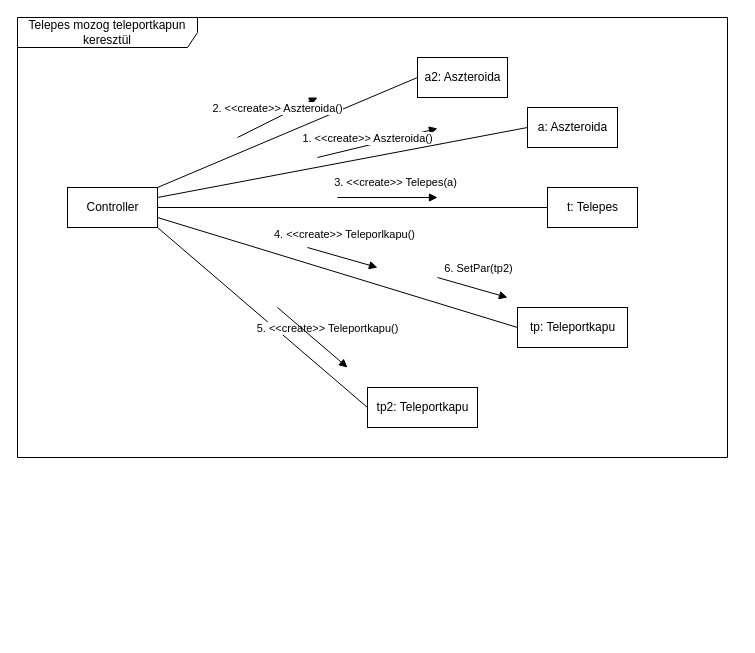
The draw.io diagram page "TelepesTPMozgas" (1 of 3) of doc/kommunikacio/TeleportMozgas.drawio in torpeBoiGo/aszteroidabanyaszat, before the edit. Source tidied: cells renumbered, new cells numbered last; positions are measured from the earlier drawing's top-left corner, leaving out a move shared by most shapes. Both pictures are drawn from the tidied source at 100%, with x=0, y=0 at pixel (17, 17).
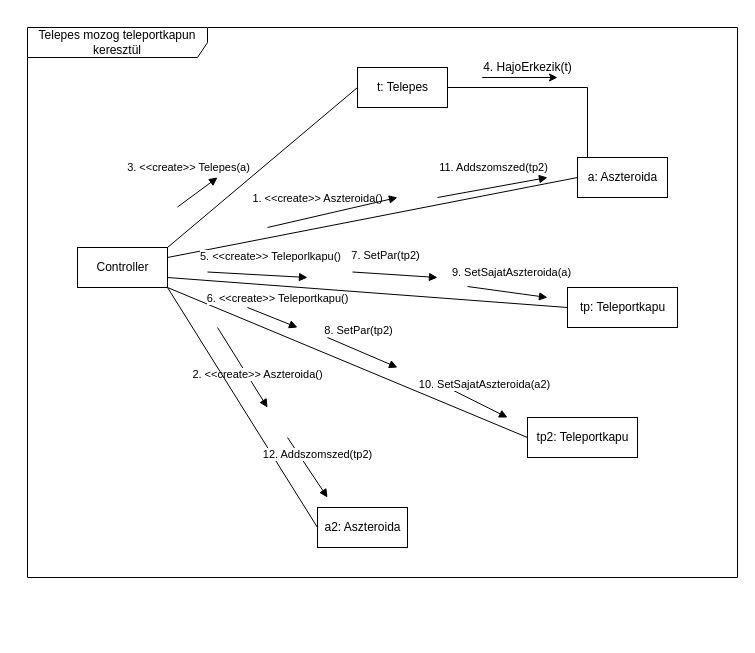
Above is the later version.

Change to the diagram source:
```diff
@@
     <mxCell id="2" value="Telepes mozog teleportkapun keresztül" style="shape=umlFrame;whiteSpace=wrap;html=1;width=180;height=30;" parent="1" vertex="1">
-      <mxGeometry width="710" height="440" as="geometry" />
+      <mxGeometry x="10" y="10" width="710" height="550" as="geometry" />
     </mxCell>
+    <mxCell id="20" style="edgeStyle=orthogonalEdgeStyle;rounded=0;jettySize=auto;html=1;exitX=1;exitY=0.5;exitDx=0;exitDy=0;entryX=0.5;entryY=1;entryDx=0;entryDy=0;endArrow=none;endFill=0;" parent="1" edge="1" source="3" target="4">
+      <mxGeometry relative="1" as="geometry">
+        <Array as="points">
+          <mxPoint x="570" y="70" />
+          <mxPoint x="570" y="180" />
+        </Array>
+      </mxGeometry>
+    </mxCell>
     <mxCell id="3" value="t: Telepes" style="html=1;" parent="1" vertex="1">
-      <mxGeometry x="530" y="170" width="90" height="40" as="geometry" />
+      <mxGeometry x="340" y="50" width="90" height="40" as="geometry" />
     </mxCell>
     <mxCell id="4" value="a: Aszteroida" style="html=1;" parent="1" vertex="1">
-      <mxGeometry x="510" y="90" width="90" height="40" as="geometry" />
+      <mxGeometry x="560" y="140" width="90" height="40" as="geometry" />
     </mxCell>
     <mxCell id="5" value="tp: Teleportkapu" style="html=1;" parent="1" vertex="1">
-      <mxGeometry x="500" y="290" width="110" height="40" as="geometry" />
+      <mxGeometry x="550" y="270" width="110" height="40" as="geometry" />
     </mxCell>
     <mxCell id="6" value="Controller" style="html=1;" parent="1" vertex="1">
-      <mxGeometry x="50" y="170" width="90" height="40" as="geometry" />
+      <mxGeometry x="60" y="230" width="90" height="40" as="geometry" />
     </mxCell>
-    <mxCell id="7" value="3. &amp;lt;&amp;lt;create&amp;gt;&amp;gt; Telepes(a)" style="html=1;verticalAlign=bottom;endArrow=none;exitX=1;exitY=0.5;exitDx=0;exitDy=0;entryX=0;entryY=0.5;entryDx=0;entryDy=0;endFill=0;" parent="1" edge="1" source="6" target="3">
-      <mxGeometry x="0.22" y="16" relative="1" as="geometry" />
+    <mxCell id="7" value="3. &amp;lt;&amp;lt;create&amp;gt;&amp;gt; Telepes(a)" style="html=1;verticalAlign=bottom;endArrow=none;entryX=0;entryY=0.5;entryDx=0;entryDy=0;endFill=0;" parent="1" edge="1" target="3">
+      <mxGeometry x="-0.51" y="41" relative="1" as="geometry">
+        <mxPoint x="150" y="230" as="sourcePoint" />
+        <mxPoint x="1" as="offset" />
+      </mxGeometry>
     </mxCell>
-    <mxCell id="8" style="html=1;verticalAlign=bottom;endArrow=none;entryX=0;entryY=0.5;entryDx=0;entryDy=0;endFill=0;" parent="1" edge="1" target="4">
-      <mxGeometry x="0.17" y="-40" relative="1" as="geometry">
-        <mxPoint x="140" y="180" as="sourcePoint" />
-      </mxGeometry>
-    </mxCell>
-    <mxCell id="9" value="4. &amp;lt;&amp;lt;create&amp;gt;&amp;gt; Teleporlkapu()" style="html=1;verticalAlign=bottom;endArrow=none;entryX=0;entryY=0.5;entryDx=0;entryDy=0;endFill=0;" parent="1" edge="1" target="5">
-      <mxGeometry x="-0.01" y="30" relative="1" as="geometry">
-        <mxPoint x="140" y="200" as="sourcePoint" />
-      </mxGeometry>
-    </mxCell>
+    <mxCell id="21" style="html=1;verticalAlign=bottom;endArrow=none;entryX=0;entryY=0.5;entryDx=0;entryDy=0;endFill=0;" parent="1" edge="1" target="4">
+      <mxGeometry x="0.17" y="-40" relative="1" as="geometry">
+        <mxPoint x="150" y="240" as="sourcePoint" />
+      </mxGeometry>
+    </mxCell>
+    <mxCell id="22" value="5. &amp;lt;&amp;lt;create&amp;gt;&amp;gt; Teleporlkapu()" style="html=1;verticalAlign=bottom;endArrow=none;entryX=0;entryY=0.5;entryDx=0;entryDy=0;endFill=0;" parent="1" edge="1" target="5">
+      <mxGeometry x="-0.49" y="20" relative="1" as="geometry">
+        <mxPoint x="150" y="260" as="sourcePoint" />
+      </mxGeometry>
+    </mxCell>
     <mxCell id="10" value="1. &amp;lt;&amp;lt;create&amp;gt;&amp;gt; Aszteroida()" style="html=1;verticalAlign=bottom;endArrow=block;" parent="1" edge="1">
-      <mxGeometry x="-0.17" y="-2" relative="1" as="geometry">
-        <mxPoint x="300" y="140" as="sourcePoint" />
-        <mxPoint x="420" y="111" as="targetPoint" />
+      <mxGeometry x="1" y="-104" relative="1" as="geometry">
+        <mxPoint x="160" y="189.5" as="sourcePoint" />
+        <mxPoint x="200" y="160" as="targetPoint" />
+        <mxPoint x="38" y="-54" as="offset" />
       </mxGeometry>
     </mxCell>
+    <mxCell id="18" value="a2: Aszteroida" style="html=1;" parent="1" vertex="1">
+      <mxGeometry x="300" y="490" width="90" height="40" as="geometry" />
+    </mxCell>
+    <mxCell id="19" value="2. &amp;lt;&amp;lt;create&amp;gt;&amp;gt; Aszteroida()" style="html=1;verticalAlign=bottom;endArrow=block;" parent="1" edge="1">
+      <mxGeometry x="0.47" y="5" relative="1" as="geometry">
+        <mxPoint x="200" y="310" as="sourcePoint" />
+        <mxPoint x="250" y="390" as="targetPoint" />
+        <mxPoint x="-1" as="offset" />
+      </mxGeometry>
+    </mxCell>
-    <mxCell id="11" style="html=1;verticalAlign=bottom;endArrow=none;entryX=0;entryY=0.5;entryDx=0;entryDy=0;endFill=0;exitX=1;exitY=0;exitDx=0;exitDy=0;" parent="1" edge="1" source="6" target="18">
+    <mxCell id="11" style="html=1;verticalAlign=bottom;endArrow=none;exitX=1;exitY=1;exitDx=0;exitDy=0;entryX=0;entryY=0.5;entryDx=0;entryDy=0;endFill=0;" parent="1" edge="1" source="6" target="18">
       <mxGeometry x="0.17" y="-40" relative="1" as="geometry" />
     </mxCell>
     <mxCell id="12" value="tp2: Teleportkapu" style="html=1;" parent="1" vertex="1">
-      <mxGeometry x="350" y="370" width="110" height="40" as="geometry" />
+      <mxGeometry x="510" y="400" width="110" height="40" as="geometry" />
     </mxCell>
-    <mxCell id="13" value="5. &amp;lt;&amp;lt;create&amp;gt;&amp;gt; Teleportkapu()" style="html=1;verticalAlign=bottom;endArrow=none;exitX=1;exitY=1;exitDx=0;exitDy=0;entryX=0;entryY=0.5;entryDx=0;entryDy=0;endFill=0;" parent="1" edge="1" source="6" target="12">
-      <mxGeometry x="0.45" y="27" relative="1" as="geometry" />
+    <mxCell id="13" value="6. &amp;lt;&amp;lt;create&amp;gt;&amp;gt; Teleportkapu()" style="html=1;verticalAlign=bottom;endArrow=none;exitX=1;exitY=1;exitDx=0;exitDy=0;entryX=0;entryY=0.5;entryDx=0;entryDy=0;endFill=0;" parent="1" edge="1" source="6" target="12">
+      <mxGeometry x="-0.44" y="24" relative="1" as="geometry" />
     </mxCell>
-    <mxCell id="14" value="6. SetPar(tp2)" style="html=1;verticalAlign=bottom;endArrow=block;" parent="1" edge="1">
-      <mxGeometry x="0.06" y="11" relative="1" as="geometry">
-        <mxPoint x="420" y="260" as="sourcePoint" />
-        <mxPoint x="490" y="280" as="targetPoint" />
-      </mxGeometry>
-    </mxCell>
-    <mxCell id="15" style="html=1;verticalAlign=bottom;endArrow=block;" parent="1" edge="1">
-      <mxGeometry x="0.06" y="11" relative="1" as="geometry">
-        <mxPoint x="290" y="230" as="sourcePoint" />
-        <mxPoint x="360" y="250" as="targetPoint" />
-      </mxGeometry>
-    </mxCell>
-    <mxCell id="16" style="html=1;verticalAlign=bottom;endArrow=block;" parent="1" edge="1">
-      <mxGeometry x="0.06" y="11" relative="1" as="geometry">
-        <mxPoint x="260" y="290" as="sourcePoint" />
-        <mxPoint x="330" y="350" as="targetPoint" />
-      </mxGeometry>
-    </mxCell>
-    <mxCell id="17" style="html=1;verticalAlign=bottom;endArrow=block;" parent="1" edge="1">
-      <mxGeometry x="0.06" y="11" relative="1" as="geometry">
-        <mxPoint x="320" y="180" as="sourcePoint" />
-        <mxPoint x="420" y="180" as="targetPoint" />
-      </mxGeometry>
-    </mxCell>
-    <mxCell id="18" value="a2: Aszteroida" style="html=1;" parent="1" vertex="1">
-      <mxGeometry x="400" y="40" width="90" height="40" as="geometry" />
-    </mxCell>
-    <mxCell id="19" value="2. &amp;lt;&amp;lt;create&amp;gt;&amp;gt; Aszteroida()" style="html=1;verticalAlign=bottom;endArrow=block;" parent="1" edge="1">
-      <mxGeometry x="290" y="90" as="geometry">
-        <mxPoint x="220" y="120" as="sourcePoint" />
-        <mxPoint x="300" y="80" as="targetPoint" />
-      </mxGeometry>
-    </mxCell>
+    <mxCell id="23" value="9. SetSajatAszteroida(a)" style="html=1;verticalAlign=bottom;endArrow=block;" parent="1" edge="1">
+      <mxGeometry x="0.06" y="11" relative="1" as="geometry">
+        <mxPoint x="450" y="269" as="sourcePoint" />
+        <mxPoint x="530" y="280" as="targetPoint" />
+      </mxGeometry>
+    </mxCell>
+    <mxCell id="24" style="html=1;verticalAlign=bottom;endArrow=block;" parent="1" edge="1">
+      <mxGeometry x="0.06" y="11" relative="1" as="geometry">
+        <mxPoint x="250" y="210" as="sourcePoint" />
+        <mxPoint x="380" y="180" as="targetPoint" />
+      </mxGeometry>
+    </mxCell>
+    <mxCell id="25" style="html=1;verticalAlign=bottom;endArrow=block;" parent="1" edge="1">
+      <mxGeometry x="0.06" y="11" relative="1" as="geometry">
+        <mxPoint x="230" y="290" as="sourcePoint" />
+        <mxPoint x="280" y="310" as="targetPoint" />
+      </mxGeometry>
+    </mxCell>
+    <mxCell id="26" style="html=1;verticalAlign=bottom;endArrow=block;" parent="1" edge="1">
+      <mxGeometry x="0.06" y="11" relative="1" as="geometry">
+        <mxPoint x="190" y="254.5" as="sourcePoint" />
+        <mxPoint x="290" y="260" as="targetPoint" />
+      </mxGeometry>
+    </mxCell>
+    <mxCell id="27" style="html=1;verticalAlign=bottom;endArrow=block;" parent="1" edge="1">
+      <mxGeometry x="0.06" y="11" relative="1" as="geometry">
+        <mxPoint x="260" y="610" as="sourcePoint" />
+        <mxPoint x="260" y="610" as="targetPoint" />
+      </mxGeometry>
+    </mxCell>
+    <mxCell id="28" style="html=1;verticalAlign=bottom;endArrow=block;" parent="1" edge="1">
+      <mxGeometry x="0.06" y="11" relative="1" as="geometry">
+        <mxPoint x="345" y="244.5" as="sourcePoint" />
+        <mxPoint x="345" y="244.5" as="targetPoint" />
+      </mxGeometry>
+    </mxCell>
+    <mxCell id="29" value="4. HajoErkezik(t)" style="text;html=1;align=center;verticalAlign=middle;" parent="1" vertex="1">
+      <mxGeometry x="460" y="40" width="100" height="20" as="geometry" />
+    </mxCell>
+    <mxCell id="30" style="endArrow=classic;html=1;" parent="1" edge="1">
+      <mxGeometry relative="1" as="geometry">
+        <mxPoint x="510" y="60" as="sourcePoint" />
+        <mxPoint x="540" y="60" as="targetPoint" />
+        <Array as="points">
+          <mxPoint x="460" y="60" />
+        </Array>
+      </mxGeometry>
+    </mxCell>
+    <mxCell id="31" value="7. SetPar(tp2)" style="html=1;verticalAlign=bottom;endArrow=block;" parent="1" edge="1">
+      <mxGeometry x="-0.25" y="10" relative="1" as="geometry">
+        <mxPoint x="335" y="254.5" as="sourcePoint" />
+        <mxPoint x="420" y="260" as="targetPoint" />
+      </mxGeometry>
+    </mxCell>
+    <mxCell id="32" value="12. Addszomszed(tp2)" style="html=1;verticalAlign=bottom;endArrow=block;" parent="1" edge="1">
+      <mxGeometry x="0.06" y="11" relative="1" as="geometry">
+        <mxPoint x="270" y="420" as="sourcePoint" />
+        <mxPoint x="310" y="480" as="targetPoint" />
+      </mxGeometry>
+    </mxCell>
+    <mxCell id="33" value="10. SetSajatAszteroida(a2)" style="html=1;verticalAlign=bottom;endArrow=block;" parent="1" edge="1">
+      <mxGeometry x="0.06" y="11" relative="1" as="geometry">
+        <mxPoint x="430" y="370" as="sourcePoint" />
+        <mxPoint x="490" y="400" as="targetPoint" />
+      </mxGeometry>
+    </mxCell>
+    <mxCell id="34" value="11. Addszomszed(tp2)" style="html=1;verticalAlign=bottom;endArrow=block;" parent="1" edge="1">
+      <mxGeometry x="0.06" y="11" relative="1" as="geometry">
+        <mxPoint x="420" y="180" as="sourcePoint" />
+        <mxPoint x="530" y="160" as="targetPoint" />
+      </mxGeometry>
+    </mxCell>
+    <mxCell id="35" value="8. SetPar(tp2)" style="html=1;verticalAlign=bottom;endArrow=block;" parent="1" edge="1">
+      <mxGeometry x="-0.25" y="10" relative="1" as="geometry">
+        <mxPoint x="310" y="320" as="sourcePoint" />
+        <mxPoint x="380" y="350" as="targetPoint" />
+      </mxGeometry>
+    </mxCell>
```
